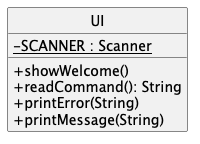
This is docs/images/UI_class.png from thienkimtranhoang/tp, a PlantUML export, as it was before one commit. Source of this version:
```plantuml
@startuml
hide circle
skinparam classAttributeIconSize 0
    class UI {
        -SCANNER {static}: Scanner
        +showWelcome()
        +readCommand(): String
        +printError(String)
        +printMessage(String)
    }
@enduml
```
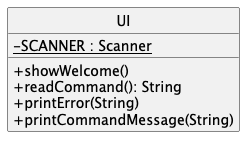
Later version of the same file.

Diff of the diagram source:
```diff
@@ -6,6 +6,6 @@
         +showWelcome()
         +readCommand(): String
         +printError(String)
-        +printMessage(String)
+        +printCommandMessage(String)
     }
 @enduml
```
